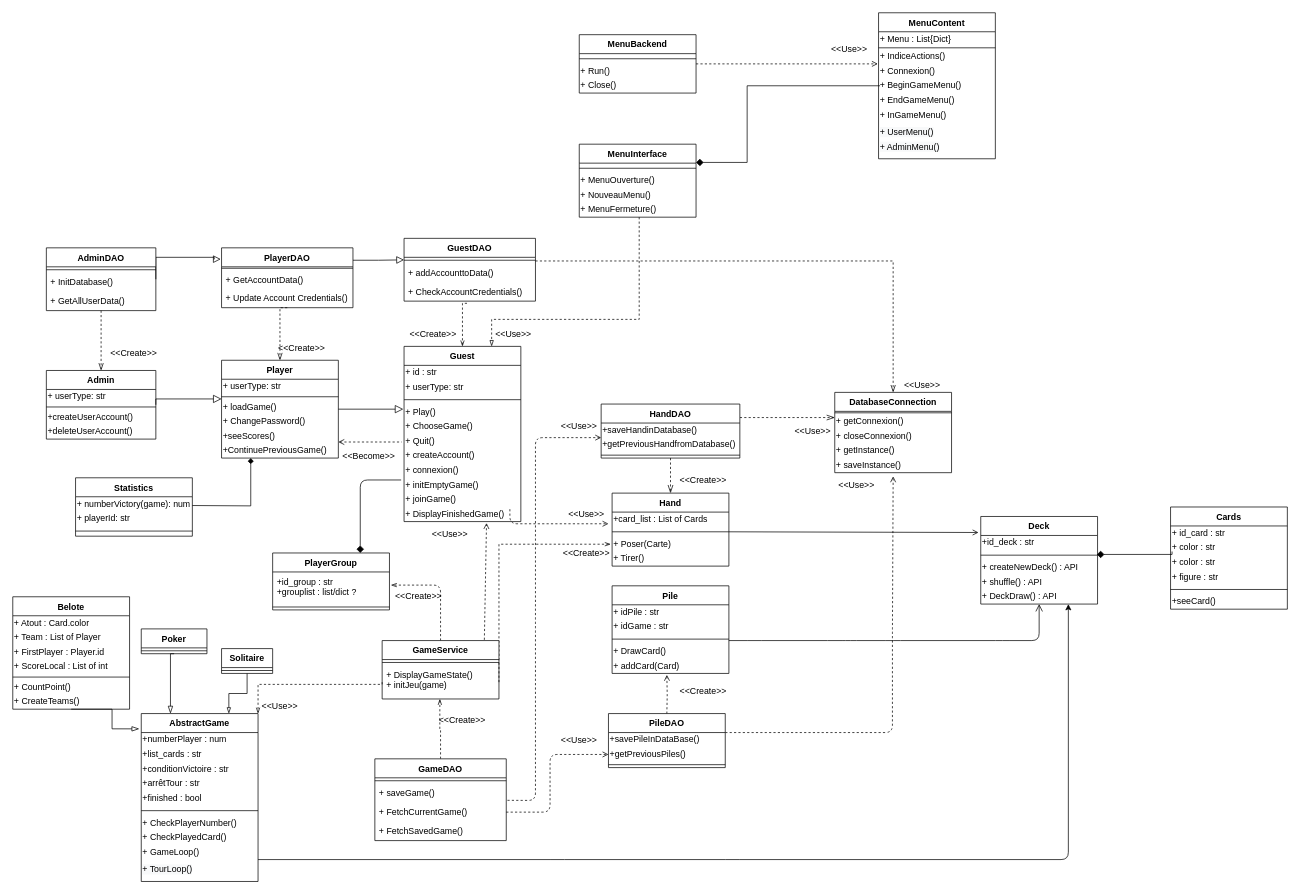
This is Diagrams/ClassDiagram.drawio from MailineN/ProjetInfo2A, a draw.io file, before an edit. Source tidied: cells renumbered, new cells numbered last; positions are measured from the earlier drawing's top-left corner, leaving out a move shared by most shapes. Both pictures are drawn from the tidied source at 73%, with x=0, y=0 at pixel (12, 12).
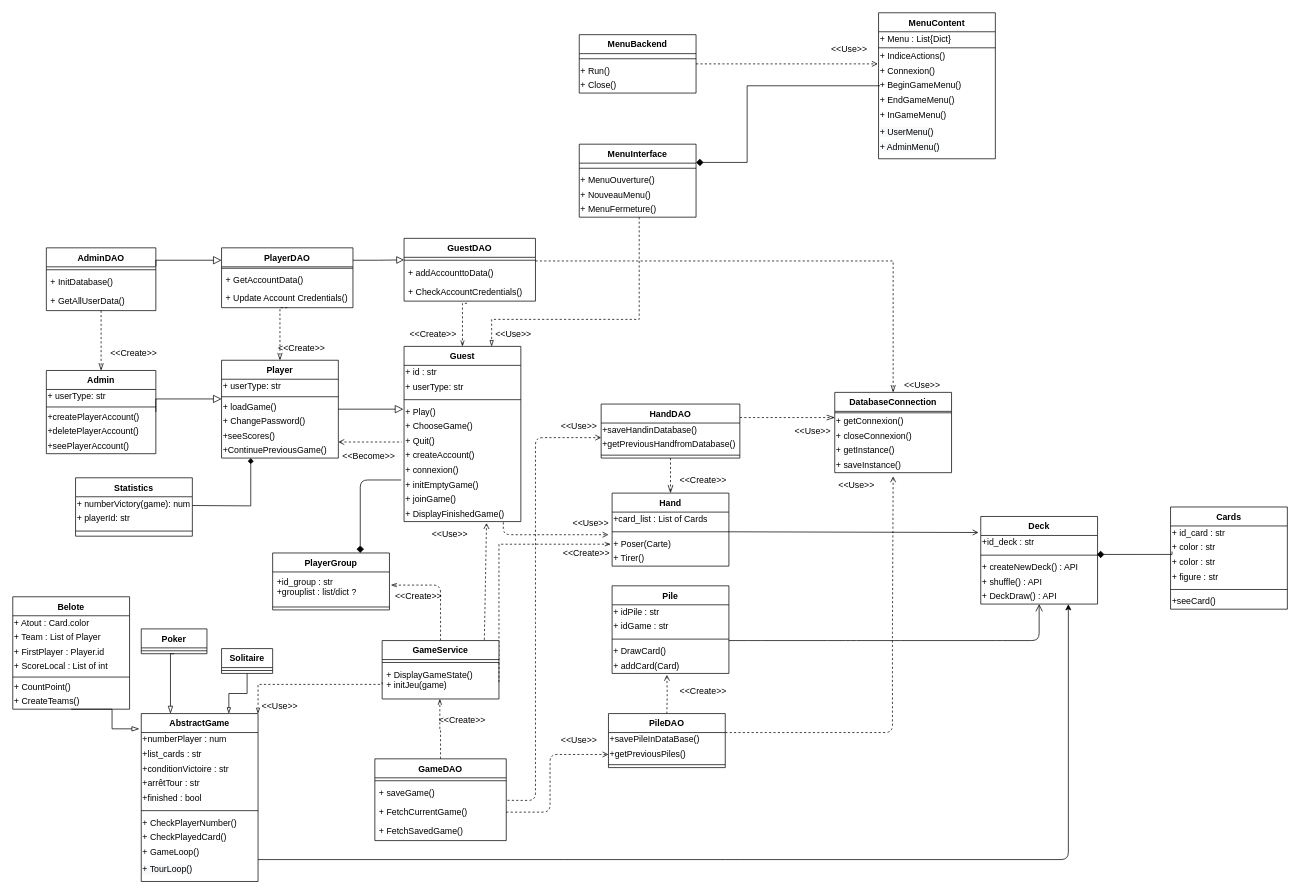
Above is the later version.

Unchanged cells that the change refers to:
```xml
<mxCell id="64" value="+ joinGame()" style="text;html=1;align=left;verticalAlign=middle;points=[];fontColor=none;" parent="54" vertex="1">
  <mxGeometry y="200" width="160" height="20" as="geometry" />
</mxCell>
<mxCell id="65" value="+ DisplayFinishedGame()" style="text;html=1;align=left;verticalAlign=middle;points=[];fontColor=none;" parent="54" vertex="1">
  <mxGeometry y="220" width="160" height="20" as="geometry" />
</mxCell>
<mxCell id="66" value="PlayerDAO" style="swimlane;fontStyle=1;align=center;verticalAlign=top;horizontal=1;startSize=26;fontColor=none;" parent="1" vertex="1">
  <mxGeometry x="286" y="322" width="180" height="82" as="geometry" />
</mxCell>
<mxCell id="70" value="AdminDAO" style="swimlane;fontStyle=1;align=center;verticalAlign=top;horizontal=1;startSize=26;fontColor=none;" parent="1" vertex="1">
  <mxGeometry x="46" y="322" width="150" height="86" as="geometry" />
</mxCell>
```

The edit, as a diff of the source:
```diff
@@
     <mxCell id="12" value="&amp;lt;&amp;lt;Use&amp;gt;&amp;gt;" style="text;html=1;strokeColor=none;fillColor=none;align=center;verticalAlign=middle;whiteSpace=wrap;rounded=0;fontColor=none;" parent="1" vertex="1">
-      <mxGeometry x="766" y="677" width="40" height="20" as="geometry" />
+      <mxGeometry x="772" y="690" width="40" height="20" as="geometry" />
     </mxCell>
@@
-    <mxCell id="24" style="edgeStyle=orthogonalEdgeStyle;rounded=0;jettySize=auto;html=1;exitX=1;exitY=0.5;exitDx=0;exitDy=0;startArrow=none;startFill=0;startSize=8;endArrow=block;endFill=0;endSize=8;strokeWidth=1;fontColor=none;entryX=-0.006;entryY=0.189;entryDx=0;entryDy=0;entryPerimeter=0;" parent="1" edge="1" source="70" target="66">
-      <mxGeometry relative="1" as="geometry">
-        <Array as="points">
-          <mxPoint x="196" y="335" />
-          <mxPoint x="276" y="335" />
-          <mxPoint x="276" y="338" />
-        </Array>
-      </mxGeometry>
-    </mxCell>
@@
-    <mxCell id="33" style="endArrow=open;html=1;dashed=1;endFill=0;exitX=0.906;exitY=1.15;exitDx=0;exitDy=0;exitPerimeter=0;" parent="1" edge="1" source="64">
+    <mxCell id="33" style="endArrow=open;html=1;dashed=1;endFill=0;exitX=0.85;exitY=1.05;exitDx=0;exitDy=0;exitPerimeter=0;" parent="1" edge="1" source="65">
       <mxGeometry relative="1" as="geometry">
-        <mxPoint x="816" y="700" as="targetPoint" />
+        <mxPoint x="816" y="715" as="targetPoint" />
         <Array as="points">
-          <mxPoint x="681" y="700" />
+          <mxPoint x="672" y="715" />
         </Array>
       </mxGeometry>
     </mxCell>
@@
     <mxCell id="113" value="Admin" style="swimlane;fontStyle=1;align=center;verticalAlign=top;horizontal=1;startSize=26;fontColor=none;" parent="1" vertex="1">
-      <mxGeometry x="46" y="490" width="150" height="94" as="geometry" />
+      <mxGeometry x="46" y="490" width="150" height="114" as="geometry" />
     </mxCell>
@@
-    <mxCell id="116" value="+createUserAccount()" style="text;html=1;strokeColor=none;fillColor=none;align=left;verticalAlign=middle;whiteSpace=wrap;rounded=0;" parent="113" vertex="1">
+    <mxCell id="116" value="+createPlayerAccount()" style="text;html=1;strokeColor=none;fillColor=none;align=left;verticalAlign=middle;whiteSpace=wrap;rounded=0;" parent="113" vertex="1">
       <mxGeometry y="54" width="150" height="20" as="geometry" />
     </mxCell>
-    <mxCell id="117" value="+deleteUserAccount()" style="text;html=1;strokeColor=none;fillColor=none;align=left;verticalAlign=middle;whiteSpace=wrap;rounded=0;" parent="113" vertex="1">
+    <mxCell id="117" value="+deletePlayerAccount()" style="text;html=1;strokeColor=none;fillColor=none;align=left;verticalAlign=middle;whiteSpace=wrap;rounded=0;" parent="113" vertex="1">
       <mxGeometry y="74" width="150" height="20" as="geometry" />
     </mxCell>
+    <mxCell id="185" value="+seePlayerAccount()" style="text;html=1;strokeColor=none;fillColor=none;align=left;verticalAlign=middle;whiteSpace=wrap;rounded=0;" parent="113" vertex="1">
+      <mxGeometry y="94" width="150" height="20" as="geometry" />
+    </mxCell>
@@
+    <mxCell id="186" style="edgeStyle=orthogonalEdgeStyle;rounded=0;orthogonalLoop=1;jettySize=auto;html=1;exitX=1;exitY=0.5;exitDx=0;exitDy=0;endArrow=block;endFill=0;fontColor=none;endSize=9;" parent="1" edge="1">
+      <mxGeometry relative="1" as="geometry">
+        <mxPoint x="196" y="347" as="sourcePoint" />
+        <mxPoint x="286" y="339" as="targetPoint" />
+        <Array as="points">
+          <mxPoint x="196" y="339" />
+        </Array>
+      </mxGeometry>
+    </mxCell>
```
